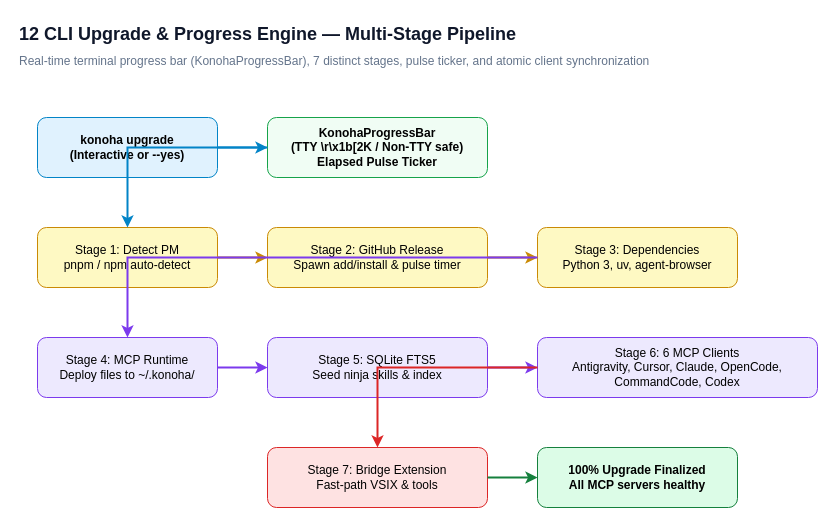
This is page "12 CLI Upgrade & Progress Engine" (12 of 12) of docs/diagrams/konoha-architecture.drawio from andycungkrinx91/konoha, a draw.io file, before an edit. Source tidied: cells renumbered, new cells numbered last; positions are measured from the earlier drawing's top-left corner, leaving out a move shared by most shapes. Both pictures are drawn from the tidied source at 100%, with x=0, y=0 at pixel (17, 17).
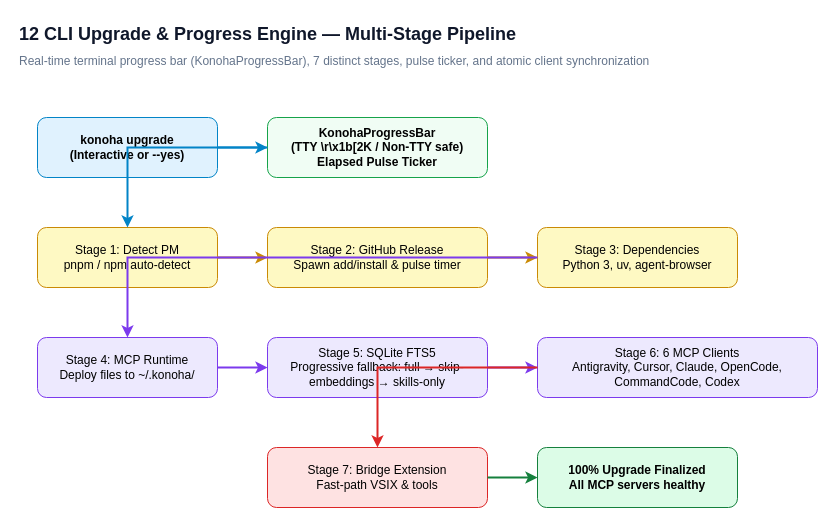
The same page after the edit.

The edit, as a diff of the source:
```diff
@@
-    <mxCell id="10" value="Stage 5: SQLite FTS5&#10;Seed ninja skills &amp; index" style="rounded=1;whiteSpace=wrap;html=1;fillColor=#ede9fe;strokeColor=#7c3aed;" parent="1" vertex="1">
+    <mxCell id="10" value="Stage 5: SQLite FTS5&#10;Progressive fallback: full → skip-embeddings → skills-only" style="rounded=1;whiteSpace=wrap;html=1;fillColor=#ede9fe;strokeColor=#7c3aed;" parent="1" vertex="1">
       <mxGeometry x="250" y="320" width="220" height="60" as="geometry" />
     </mxCell>
```
